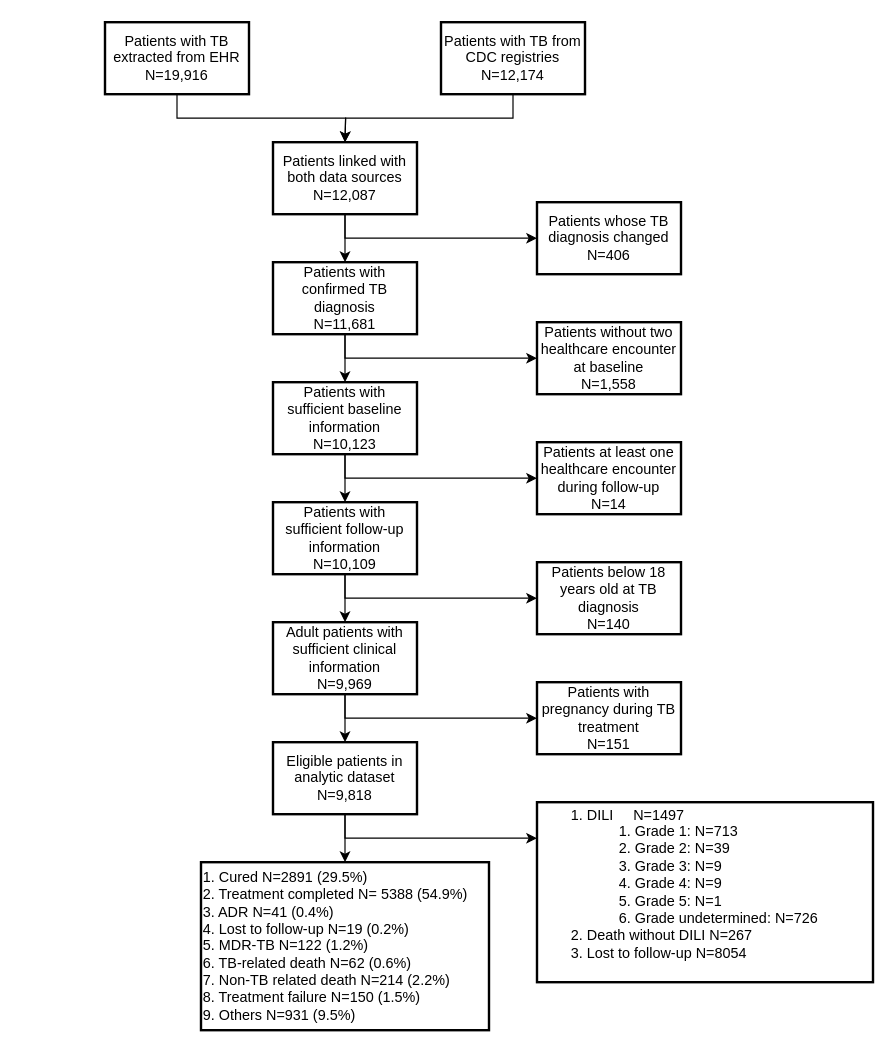
The draw.io diagram TB Ningbo Flow diagram.drawio in JifangZhou/R-code-for-Ningbo-TB-project, before the edit. Source tidied: cells renumbered, new cells numbered last; positions are measured from the earlier drawing's top-left corner, leaving out a move shared by most shapes. Both pictures are drawn from the tidied source at 120%, with x=0, y=0 at pixel (104, 22).
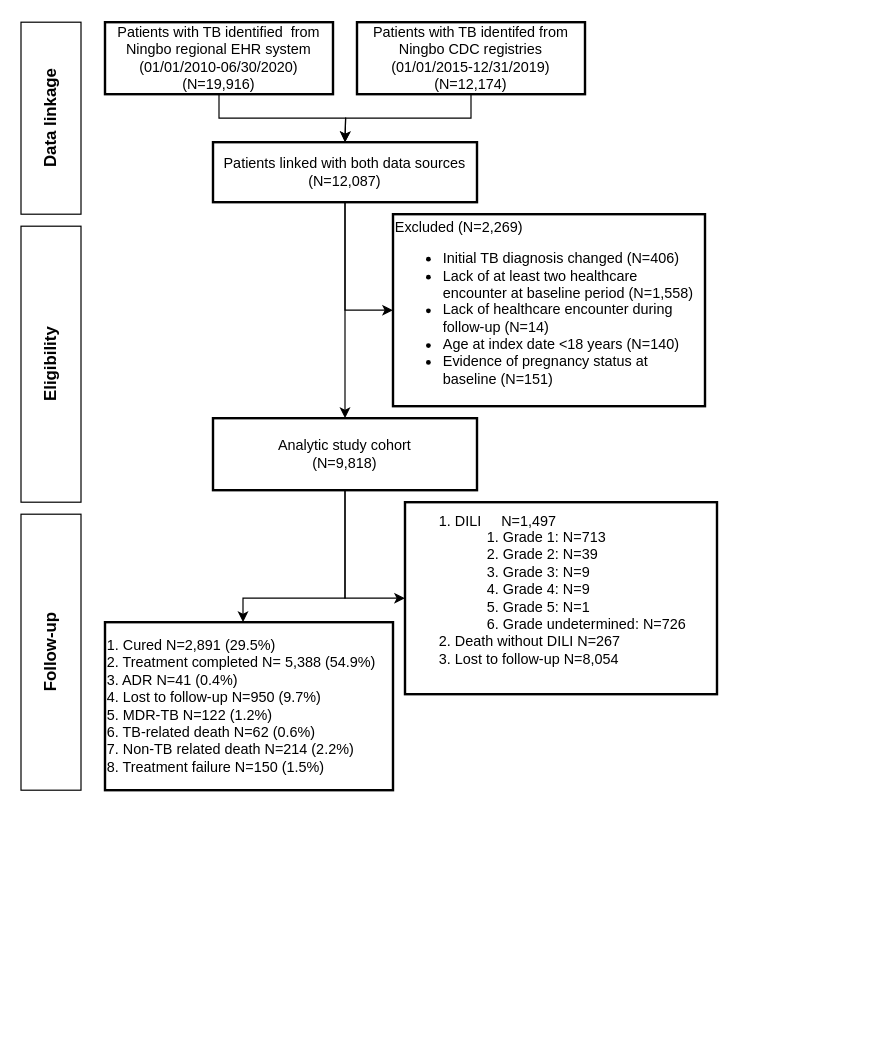
After the change.

What changed in the source:
```diff
@@
-    <mxCell id="3" value="&lt;div&gt;Patients with TB extracted from EHR&lt;/div&gt;&lt;div&gt;N=19,916&lt;br&gt;&lt;/div&gt;" style="rounded=0;whiteSpace=wrap;html=1;strokeWidth=2;" parent="1" vertex="1">
-      <mxGeometry width="120" height="60" as="geometry" />
+    <mxCell id="3" value="&lt;div&gt;Patients with TB identified&amp;nbsp; from &lt;br&gt;&lt;/div&gt;&lt;div&gt;Ningbo regional EHR system&lt;br&gt;&lt;/div&gt;&lt;div&gt;(01/01/2010-06/30/2020)&lt;/div&gt;&lt;div&gt;&lt;div&gt;(N=19,916)&lt;/div&gt;&lt;/div&gt;" style="rounded=0;whiteSpace=wrap;html=1;strokeWidth=2;" parent="1" vertex="1">
+      <mxGeometry width="190" height="60" as="geometry" />
     </mxCell>
@@
-    <mxCell id="5" value="&lt;div&gt;Patients with TB from CDC registries&lt;br&gt;&lt;/div&gt;&lt;div&gt;N=12,174&lt;br&gt;&lt;/div&gt;" style="rounded=0;whiteSpace=wrap;html=1;strokeWidth=2;" parent="1" vertex="1">
-      <mxGeometry x="280" width="120" height="60" as="geometry" />
+    <mxCell id="5" value="&lt;div&gt;Patients with TB identifed from Ningbo CDC registries&lt;/div&gt;&lt;div&gt;(01/01/2015-12/31/2019)&lt;br&gt;&lt;/div&gt;&lt;div&gt;(N=12,174)&lt;br&gt;&lt;/div&gt;" style="rounded=0;whiteSpace=wrap;html=1;strokeWidth=2;" parent="1" vertex="1">
+      <mxGeometry x="210" width="190" height="60" as="geometry" />
     </mxCell>
-    <mxCell id="6" style="edgeStyle=orthogonalEdgeStyle;rounded=0;jettySize=auto;html=1;" parent="1" edge="1" source="8" target="10">
+    <mxCell id="6" style="edgeStyle=orthogonalEdgeStyle;rounded=0;jettySize=auto;html=1;entryX=0.5;entryY=0;entryDx=0;entryDy=0;" parent="1" edge="1" source="8" target="26">
       <mxGeometry relative="1" as="geometry" />
     </mxCell>
     <mxCell id="7" style="edgeStyle=orthogonalEdgeStyle;rounded=0;jettySize=auto;html=1;exitX=0.5;exitY=1;exitDx=0;exitDy=0;entryX=0;entryY=0.5;entryDx=0;entryDy=0;" parent="1" edge="1" source="8" target="11">
-      <mxGeometry relative="1" as="geometry">
-        <Array as="points">
-          <mxPoint x="200" y="180" />
-        </Array>
-      </mxGeometry>
+      <mxGeometry relative="1" as="geometry" />
     </mxCell>
-    <mxCell id="8" value="&lt;div&gt;Patients linked with both data sources&lt;br&gt;&lt;/div&gt;&lt;div&gt;N=12,087&lt;br&gt;&lt;/div&gt;" style="rounded=0;whiteSpace=wrap;html=1;strokeWidth=2;" parent="1" vertex="1">
-      <mxGeometry x="140" y="100" width="120" height="60" as="geometry" />
+    <mxCell id="8" value="&lt;div&gt;Patients linked with both data sources&lt;br&gt;&lt;/div&gt;&lt;div&gt;(N=12,087)&lt;br&gt;&lt;/div&gt;" style="rounded=0;whiteSpace=wrap;html=1;strokeWidth=2;" parent="1" vertex="1">
+      <mxGeometry x="90" y="100" width="220" height="50" as="geometry" />
     </mxCell>
-    <mxCell id="9" style="edgeStyle=orthogonalEdgeStyle;rounded=0;jettySize=auto;html=1;" parent="1" edge="1" source="10" target="15">
-      <mxGeometry relative="1" as="geometry" />
-    </mxCell>
-    <mxCell id="10" value="&lt;div&gt;Patients with confirmed TB diagnosis&lt;br&gt;&lt;/div&gt;&lt;div&gt;N=11,681&lt;br&gt;&lt;/div&gt;" style="rounded=0;whiteSpace=wrap;html=1;strokeWidth=2;" parent="1" vertex="1">
-      <mxGeometry x="140" y="200" width="120" height="60" as="geometry" />
-    </mxCell>
-    <mxCell id="11" value="&lt;div&gt;Patients whose TB diagnosis changed&lt;br&gt;&lt;/div&gt;&lt;div&gt;N=406&lt;br&gt;&lt;/div&gt;" style="rounded=0;whiteSpace=wrap;html=1;strokeWidth=2;" parent="1" vertex="1">
-      <mxGeometry x="360" y="150" width="120" height="60" as="geometry" />
+    <mxCell id="11" value="&lt;div align=&quot;left&quot;&gt;Excluded (N=2,269)&lt;/div&gt;&lt;ul&gt;&lt;li&gt;Initial TB diagnosis changed (N=406)&lt;/li&gt;&lt;li&gt;Lack of at least two healthcare encounter at baseline period (N=1,558)&lt;/li&gt;&lt;li&gt;Lack of healthcare encounter during follow-up (N=14)&lt;/li&gt;&lt;li&gt;Age at index date &amp;lt;18 years (N=140)&lt;/li&gt;&lt;li&gt;Evidence of pregnancy status at baseline (N=151)&lt;br&gt;&lt;/li&gt;&lt;/ul&gt;" style="rounded=0;whiteSpace=wrap;html=1;strokeWidth=2;align=left;" parent="1" vertex="1">
+      <mxGeometry x="240" y="160" width="260" height="160" as="geometry" />
     </mxCell>
-    <mxCell id="12" style="edgeStyle=orthogonalEdgeStyle;rounded=0;jettySize=auto;html=1;exitX=0.5;exitY=1;exitDx=0;exitDy=0;entryX=0;entryY=0.5;entryDx=0;entryDy=0;" parent="1" edge="1" target="13">
-      <mxGeometry relative="1" as="geometry">
-        <mxPoint x="200" y="260" as="sourcePoint" />
-        <Array as="points">
-          <mxPoint x="200" y="280" />
-        </Array>
-      </mxGeometry>
-    </mxCell>
-    <mxCell id="13" value="&lt;div&gt;Patients without two healthcare encounter at baseline&lt;br&gt;&lt;/div&gt;&lt;div&gt;N=1,558&lt;br&gt;&lt;/div&gt;" style="rounded=0;whiteSpace=wrap;html=1;strokeWidth=2;" parent="1" vertex="1">
-      <mxGeometry x="360" y="250" width="120" height="60" as="geometry" />
-    </mxCell>
-    <mxCell id="14" style="edgeStyle=orthogonalEdgeStyle;rounded=0;jettySize=auto;html=1;" parent="1" edge="1" source="15" target="19">
-      <mxGeometry relative="1" as="geometry" />
-    </mxCell>
-    <mxCell id="15" value="&lt;div&gt;Patients with sufficient baseline information&lt;br&gt;&lt;/div&gt;&lt;div&gt;N=10,123&lt;br&gt;&lt;/div&gt;" style="rounded=0;whiteSpace=wrap;html=1;strokeWidth=2;" parent="1" vertex="1">
-      <mxGeometry x="140" y="300" width="120" height="60" as="geometry" />
-    </mxCell>
-    <mxCell id="16" style="edgeStyle=orthogonalEdgeStyle;rounded=0;jettySize=auto;html=1;exitX=0.5;exitY=1;exitDx=0;exitDy=0;entryX=0;entryY=0.5;entryDx=0;entryDy=0;" parent="1" edge="1" target="17">
-      <mxGeometry relative="1" as="geometry">
-        <mxPoint x="200" y="360" as="sourcePoint" />
-        <Array as="points">
-          <mxPoint x="200" y="380" />
-        </Array>
-      </mxGeometry>
-    </mxCell>
-    <mxCell id="17" value="&lt;div&gt;Patients at least one healthcare encounter during follow-up&lt;br&gt;&lt;/div&gt;&lt;div&gt;N=14&lt;br&gt;&lt;/div&gt;" style="rounded=0;whiteSpace=wrap;html=1;strokeWidth=2;" parent="1" vertex="1">
-      <mxGeometry x="360" y="350" width="120" height="60" as="geometry" />
-    </mxCell>
-    <mxCell id="18" style="edgeStyle=orthogonalEdgeStyle;rounded=0;jettySize=auto;html=1;" parent="1" edge="1" source="19" target="23">
-      <mxGeometry relative="1" as="geometry" />
-    </mxCell>
-    <mxCell id="19" value="&lt;div&gt;Patients with sufficient follow-up information&lt;br&gt;&lt;/div&gt;&lt;div&gt;N=10,109&lt;br&gt;&lt;/div&gt;" style="rounded=0;whiteSpace=wrap;html=1;strokeWidth=2;" parent="1" vertex="1">
-      <mxGeometry x="140" y="400" width="120" height="60" as="geometry" />
-    </mxCell>
-    <mxCell id="20" style="edgeStyle=orthogonalEdgeStyle;rounded=0;jettySize=auto;html=1;exitX=0.5;exitY=1;exitDx=0;exitDy=0;entryX=0;entryY=0.5;entryDx=0;entryDy=0;" parent="1" edge="1" target="21">
-      <mxGeometry relative="1" as="geometry">
-        <mxPoint x="200" y="460" as="sourcePoint" />
-        <Array as="points">
-          <mxPoint x="200" y="480" />
-        </Array>
-      </mxGeometry>
-    </mxCell>
-    <mxCell id="21" value="&lt;div&gt;Patients below 18 years old at TB diagnosis&lt;br&gt;&lt;/div&gt;&lt;div&gt;N=140&lt;br&gt;&lt;/div&gt;" style="rounded=0;whiteSpace=wrap;html=1;strokeWidth=2;" parent="1" vertex="1">
-      <mxGeometry x="360" y="450" width="120" height="60" as="geometry" />
-    </mxCell>
-    <mxCell id="22" style="edgeStyle=orthogonalEdgeStyle;rounded=0;jettySize=auto;html=1;" parent="1" edge="1" source="23" target="26">
-      <mxGeometry relative="1" as="geometry" />
-    </mxCell>
-    <mxCell id="23" value="&lt;div&gt;Adult patients with sufficient clinical information&lt;br&gt;&lt;/div&gt;&lt;div&gt;N=9,969&lt;br&gt;&lt;/div&gt;" style="rounded=0;whiteSpace=wrap;html=1;strokeWidth=2;" parent="1" vertex="1">
-      <mxGeometry x="140" y="500" width="120" height="60" as="geometry" />
-    </mxCell>
-    <mxCell id="24" value="&lt;div&gt;Patients with pregnancy during TB treatment&lt;br&gt;&lt;/div&gt;&lt;div&gt;N=151&lt;br&gt;&lt;/div&gt;" style="rounded=0;whiteSpace=wrap;html=1;strokeWidth=2;" parent="1" vertex="1">
-      <mxGeometry x="360" y="550" width="120" height="60" as="geometry" />
-    </mxCell>
     <mxCell id="25" style="edgeStyle=orthogonalEdgeStyle;rounded=0;jettySize=auto;html=1;" parent="1" edge="1" source="26" target="27">
-      <mxGeometry relative="1" as="geometry" />
+      <mxGeometry relative="1" as="geometry">
+        <Array as="points">
+          <mxPoint x="200" y="480" />
+          <mxPoint x="115" y="480" />
+        </Array>
+      </mxGeometry>
     </mxCell>
+    <mxCell id="31" style="edgeStyle=orthogonalEdgeStyle;rounded=0;jettySize=auto;html=1;exitX=0.5;exitY=1;exitDx=0;exitDy=0;entryX=0;entryY=0.5;entryDx=0;entryDy=0;" parent="1" edge="1" source="26" target="29">
+      <mxGeometry relative="1" as="geometry" />
+    </mxCell>
-    <mxCell id="26" value="&lt;div&gt;Eligible patients in analytic dataset&lt;br&gt;&lt;/div&gt;&lt;div&gt;N=9,818&lt;br&gt;&lt;/div&gt;" style="rounded=0;whiteSpace=wrap;html=1;strokeWidth=2;" parent="1" vertex="1">
-      <mxGeometry x="140" y="600" width="120" height="60" as="geometry" />
+    <mxCell id="26" value="&lt;div&gt;Analytic study cohort&lt;br&gt;&lt;/div&gt;&lt;div&gt;(N=9,818)&lt;br&gt;&lt;/div&gt;" style="rounded=0;whiteSpace=wrap;html=1;strokeWidth=2;" parent="1" vertex="1">
+      <mxGeometry x="90" y="330" width="220" height="60" as="geometry" />
     </mxCell>
-    <mxCell id="27" value="&lt;div align=&quot;left&quot;&gt;1. Cured N=2891 (29.5%)&lt;/div&gt;&lt;div align=&quot;left&quot;&gt;2. Treatment completed N= 5388 (54.9%)&lt;/div&gt;&lt;div align=&quot;left&quot;&gt;3. ADR N=41 (0.4%)&lt;/div&gt;&lt;div align=&quot;left&quot;&gt;4. Lost to follow-up N=19 (0.2%)&lt;/div&gt;&lt;div align=&quot;left&quot;&gt;5. MDR-TB N=122 (1.2%)&lt;/div&gt;&lt;div align=&quot;left&quot;&gt;6. TB-related death N=62 (0.6%)&lt;/div&gt;&lt;div align=&quot;left&quot;&gt;7. Non-TB related death N=214 (2.2%)&lt;/div&gt;&lt;div align=&quot;left&quot;&gt;8. Treatment failure N=150 (1.5%)&lt;/div&gt;&lt;div align=&quot;left&quot;&gt;9. Others N=931 (9.5%)&lt;br&gt;&lt;/div&gt;" style="rounded=0;whiteSpace=wrap;html=1;strokeWidth=2;align=left;" parent="1" vertex="1">
-      <mxGeometry x="80" y="700" width="240" height="140" as="geometry" />
+    <mxCell id="27" value="&lt;div align=&quot;left&quot;&gt;1. Cured N=2,891 (29.5%)&lt;/div&gt;&lt;div align=&quot;left&quot;&gt;2. Treatment completed N= 5,388 (54.9%)&lt;/div&gt;&lt;div align=&quot;left&quot;&gt;3. ADR N=41 (0.4%)&lt;/div&gt;&lt;div align=&quot;left&quot;&gt;4. Lost to follow-up N=950 (9.7%)&lt;/div&gt;&lt;div align=&quot;left&quot;&gt;5. MDR-TB N=122 (1.2%)&lt;/div&gt;&lt;div align=&quot;left&quot;&gt;6. TB-related death N=62 (0.6%)&lt;/div&gt;&lt;div align=&quot;left&quot;&gt;7. Non-TB related death N=214 (2.2%)&lt;/div&gt;&lt;div align=&quot;left&quot;&gt;8. Treatment failure N=150 (1.5%)&lt;/div&gt;" style="rounded=0;whiteSpace=wrap;html=1;strokeWidth=2;align=left;" parent="1" vertex="1">
+      <mxGeometry y="500" width="240" height="140" as="geometry" />
     </mxCell>
-    <mxCell id="28" style="edgeStyle=orthogonalEdgeStyle;rounded=0;orthogonalLoop=1;jettySize=auto;html=1;exitX=0.5;exitY=1;exitDx=0;exitDy=0;entryX=0;entryY=0.5;entryDx=0;entryDy=0;" parent="1" edge="1">
-      <mxGeometry relative="1" as="geometry">
-        <mxPoint x="200" y="560" as="sourcePoint" />
-        <mxPoint x="360" y="580" as="targetPoint" />
-        <Array as="points">
-          <mxPoint x="200" y="580" />
-        </Array>
-      </mxGeometry>
-    </mxCell>
-    <mxCell id="29" value="&lt;div align=&quot;left&quot;&gt;&lt;ol&gt;&lt;li&gt;DILI&amp;nbsp;&amp;nbsp;&amp;nbsp;&amp;nbsp; N=1497&lt;/li&gt;&lt;ol&gt;&lt;li&gt;Grade 1: N=713&lt;/li&gt;&lt;li&gt;Grade 2: N=39&lt;/li&gt;&lt;li&gt;Grade 3: N=9&lt;/li&gt;&lt;li&gt;Grade 4: N=9&lt;/li&gt;&lt;li&gt;Grade 5: N=1&lt;/li&gt;&lt;li&gt;Grade undetermined: N=726&lt;br&gt;&lt;/li&gt;&lt;/ol&gt;&lt;li&gt;Death without DILI N=267&lt;/li&gt;&lt;li&gt;Lost to follow-up N=8054&lt;br&gt;&lt;/li&gt;&lt;/ol&gt;&lt;/div&gt;&lt;div align=&quot;left&quot;&gt;&lt;br&gt;&lt;/div&gt;" style="rounded=0;whiteSpace=wrap;html=1;strokeWidth=2;align=left;" parent="1" vertex="1">
-      <mxGeometry x="360" y="650" width="280" height="150" as="geometry" />
+    <mxCell id="29" value="&lt;div align=&quot;left&quot;&gt;&lt;ol&gt;&lt;li&gt;DILI&amp;nbsp;&amp;nbsp;&amp;nbsp;&amp;nbsp; N=1,497&lt;/li&gt;&lt;ol&gt;&lt;li&gt;Grade 1: N=713&lt;/li&gt;&lt;li&gt;Grade 2: N=39&lt;/li&gt;&lt;li&gt;Grade 3: N=9&lt;/li&gt;&lt;li&gt;Grade 4: N=9&lt;/li&gt;&lt;li&gt;Grade 5: N=1&lt;/li&gt;&lt;li&gt;Grade undetermined: N=726&lt;br&gt;&lt;/li&gt;&lt;/ol&gt;&lt;li&gt;Death without DILI N=267&lt;/li&gt;&lt;li&gt;Lost to follow-up N=8,054&lt;br&gt;&lt;/li&gt;&lt;/ol&gt;&lt;/div&gt;&lt;div align=&quot;left&quot;&gt;&lt;br&gt;&lt;/div&gt;" style="rounded=0;whiteSpace=wrap;html=1;strokeWidth=2;align=left;" parent="1" vertex="1">
+      <mxGeometry x="250" y="400" width="260" height="160" as="geometry" />
     </mxCell>
-    <mxCell id="30" style="edgeStyle=orthogonalEdgeStyle;rounded=0;orthogonalLoop=1;jettySize=auto;html=1;exitX=0.5;exitY=1;exitDx=0;exitDy=0;entryX=0;entryY=0.5;entryDx=0;entryDy=0;" parent="1" edge="1">
-      <mxGeometry relative="1" as="geometry">
-        <mxPoint x="200" y="660" as="sourcePoint" />
-        <mxPoint x="360" y="680" as="targetPoint" />
-        <Array as="points">
-          <mxPoint x="200" y="680" />
-        </Array>
-      </mxGeometry>
-    </mxCell>
+    <mxCell id="32" value="&lt;font style=&quot;font-size: 14px&quot;&gt;&lt;b&gt;Eligibility&lt;/b&gt;&lt;/font&gt;" style="rounded=0;whiteSpace=wrap;html=1;horizontal=0;" parent="1" vertex="1">
+      <mxGeometry x="-70" y="170" width="50" height="230" as="geometry" />
+    </mxCell>
+    <mxCell id="33" value="&lt;font style=&quot;font-size: 14px&quot;&gt;&lt;b&gt;Data linkage&lt;/b&gt;&lt;/font&gt;" style="rounded=0;whiteSpace=wrap;html=1;horizontal=0;" parent="1" vertex="1">
+      <mxGeometry x="-70" width="50" height="160" as="geometry" />
+    </mxCell>
+    <mxCell id="34" value="&lt;b&gt;&lt;font style=&quot;font-size: 14px&quot;&gt;Follow-up&lt;/font&gt;&lt;/b&gt;" style="rounded=0;whiteSpace=wrap;html=1;horizontal=0;" parent="1" vertex="1">
+      <mxGeometry x="-70" y="410" width="50" height="230" as="geometry" />
+    </mxCell>
```
